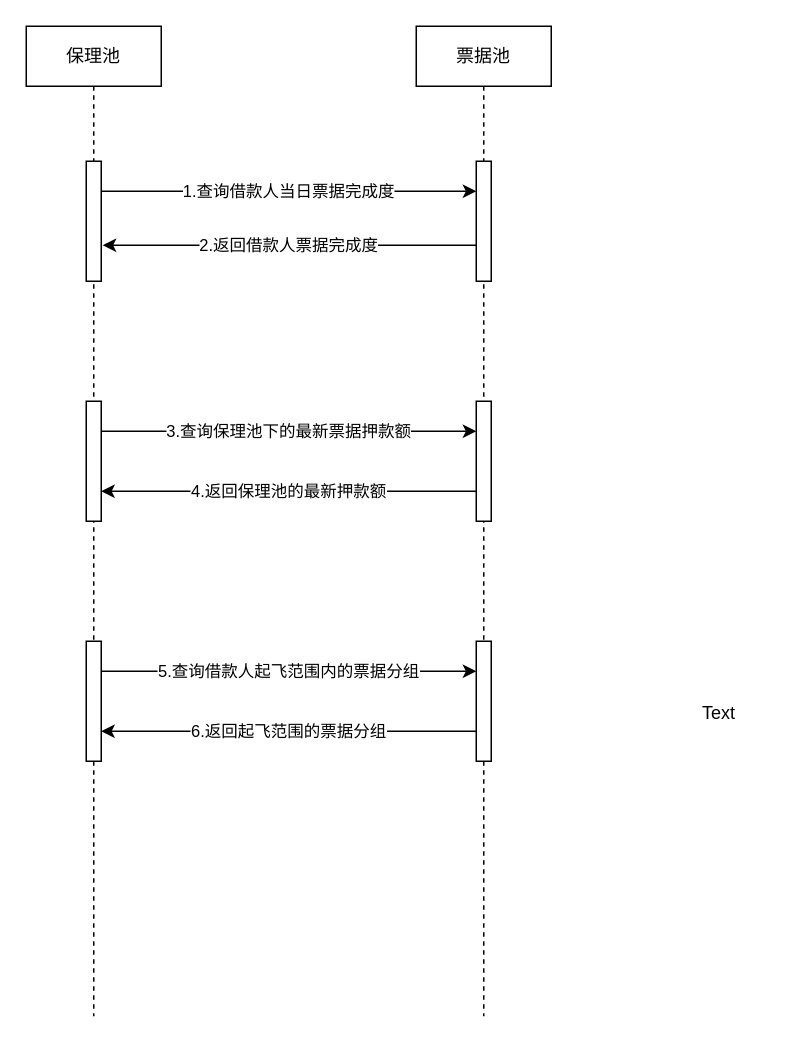
Above: 金融科技/保理池时序图.drawio in 294794668/draw (draw.io), before the change. Source tidied: cells renumbered, new cells numbered last; positions are measured from the earlier drawing's top-left corner, leaving out a move shared by most shapes. Both pictures are drawn from the tidied source at 150%, with x=0, y=0 at pixel (26, 26).
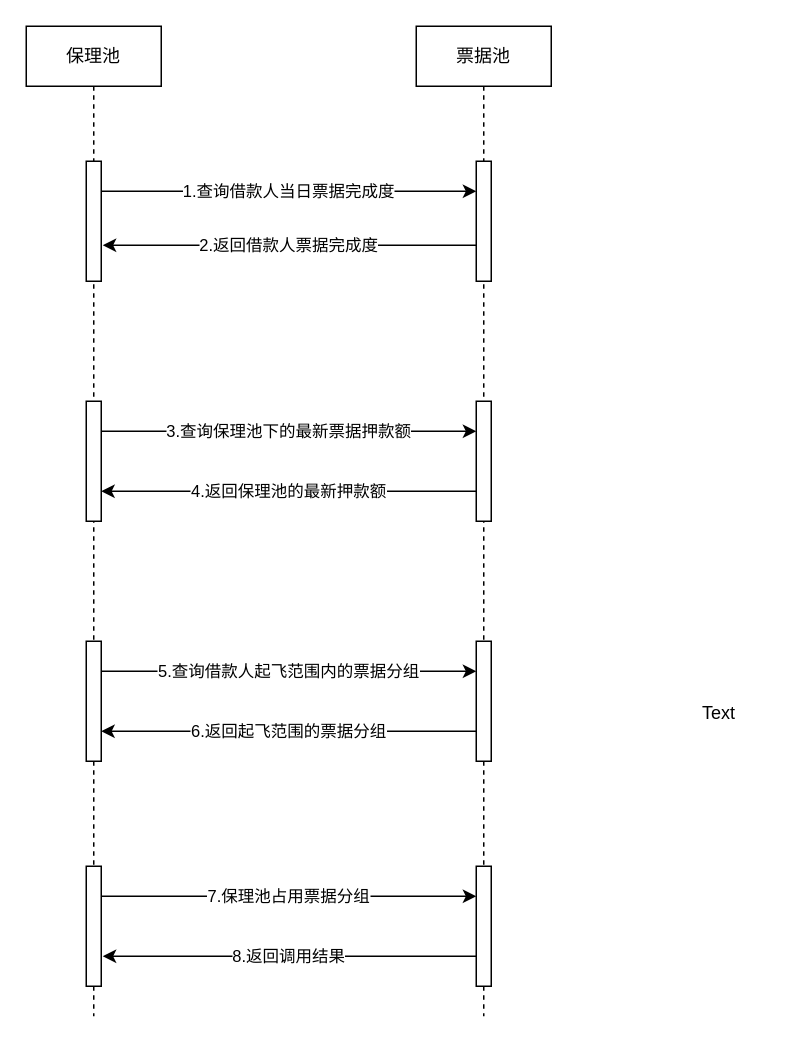
Above is the later version.

Commit message (it also covers changes not shown here):
更新保理池时序图.drawio

The change refers to these unchanged cells:
```xml
<mxCell id="2" value="保理池" style="shape=umlLifeline;perimeter=lifelinePerimeter;whiteSpace=wrap;html=1;" parent="1" vertex="1">
  <mxGeometry width="90" height="660" as="geometry" />
</mxCell>
<mxCell id="6" value="票据池" style="shape=umlLifeline;perimeter=lifelinePerimeter;whiteSpace=wrap;html=1;" parent="1" vertex="1">
  <mxGeometry x="260" width="90" height="660" as="geometry" />
</mxCell>
```

What changed in the source:
```diff
@@
+    <mxCell id="17" style="html=1;points=[];perimeter=orthogonalPerimeter;" parent="2" vertex="1">
+      <mxGeometry x="40" y="560" width="10" height="80" as="geometry" />
+    </mxCell>
@@
+    <mxCell id="18" style="html=1;points=[];perimeter=orthogonalPerimeter;" parent="6" vertex="1">
+      <mxGeometry x="40" y="560" width="10" height="80" as="geometry" />
+    </mxCell>
@@
+    <mxCell id="19" value="7.保理池占用票据分组" style="edgeStyle=orthogonalEdgeStyle;rounded=0;jettySize=auto;html=1;" parent="1" edge="1" source="17" target="18">
+      <mxGeometry relative="1" as="geometry">
+        <Array as="points">
+          <mxPoint x="220" y="580" />
+          <mxPoint x="220" y="580" />
+        </Array>
+      </mxGeometry>
+    </mxCell>
+    <mxCell id="20" value="8.返回调用结果" style="edgeStyle=orthogonalEdgeStyle;rounded=0;jettySize=auto;html=1;" parent="1" edge="1" source="18">
+      <mxGeometry relative="1" as="geometry">
+        <mxPoint x="51" y="620" as="targetPoint" />
+        <Array as="points">
+          <mxPoint x="51" y="620" />
+        </Array>
+      </mxGeometry>
+    </mxCell>
```
